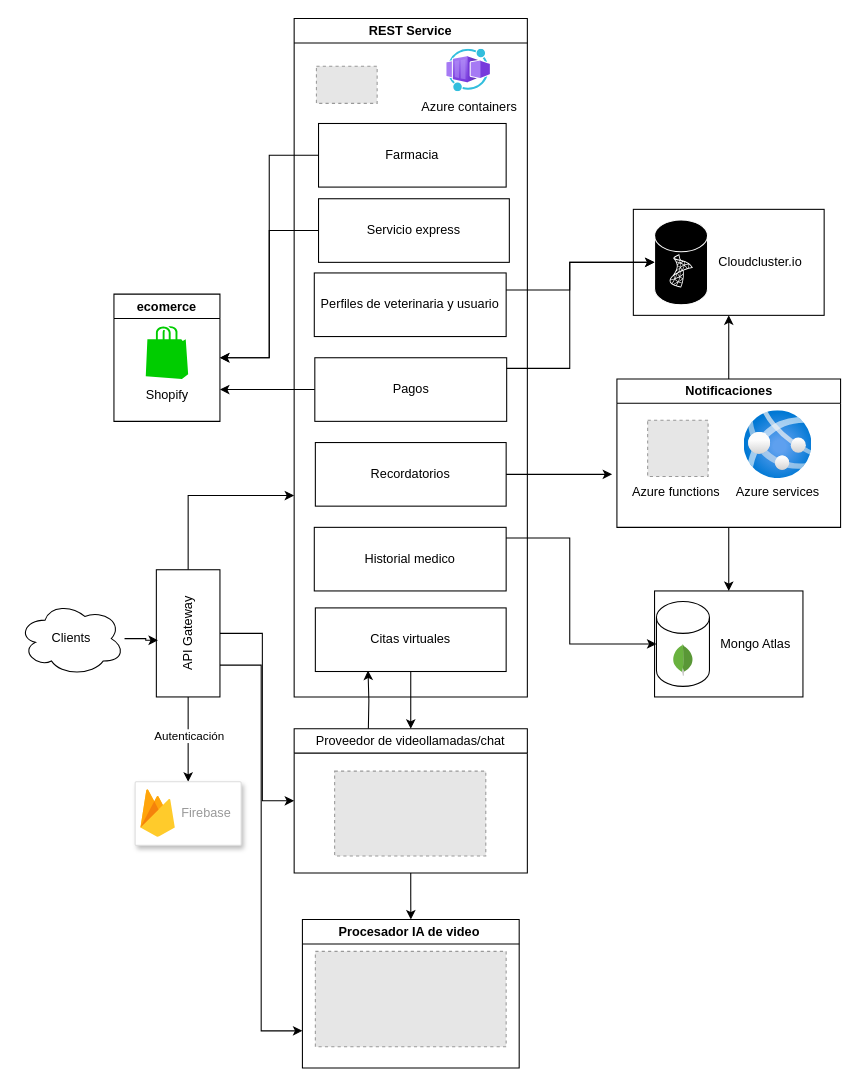
Earlier version of the draw.io diagram diseño de arquitectura.drawio (Josue-Echeverria/ProyectoDiseno). Source tidied: cells renumbered, new cells numbered last; positions are measured from the earlier drawing's top-left corner, leaving out a move shared by most shapes. Both pictures are drawn from the tidied source at 106%, with x=0, y=0 at pixel (18, 18). Pictures stored in the file or linked from it are replaced by grey dashed boxes.
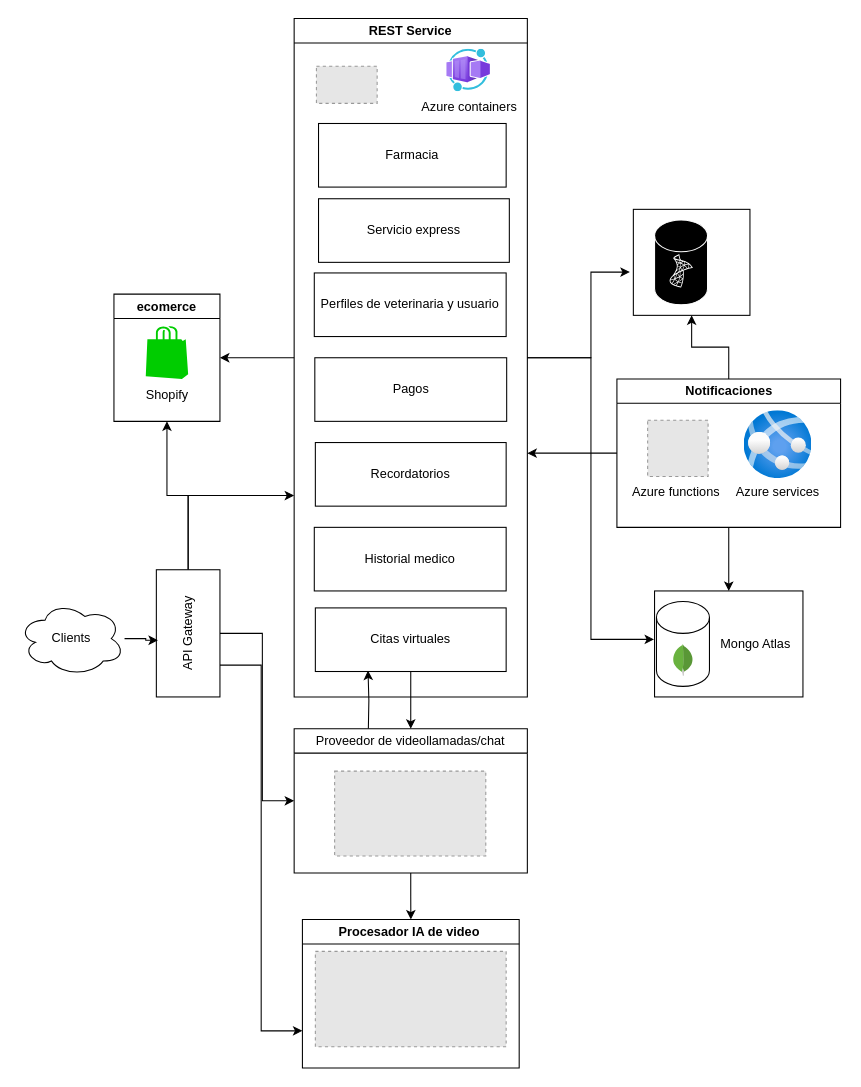
Above is the later version.

The change refers to these unchanged cells:
```xml
<mxCell id="8" value="API Gateway" style="rounded=0;whiteSpace=wrap;html=1;rotation=-90;" parent="1" vertex="1">
  <mxGeometry x="100" y="550" width="120" height="60" as="geometry" />
</mxCell>
<mxCell id="13" value="REST Service" style="swimlane;whiteSpace=wrap;html=1;" parent="1" vertex="1">
  <mxGeometry x="260" width="220" height="640" as="geometry" />
</mxCell>
<mxCell id="16" value="Historial medico" style="rounded=0;whiteSpace=wrap;html=1;" parent="13" vertex="1">
  <mxGeometry x="19" y="480" width="181" height="60" as="geometry" />
</mxCell>
<mxCell id="20" value="Recordatorios" style="rounded=0;whiteSpace=wrap;html=1;" parent="13" vertex="1">
  <mxGeometry x="20" y="400" width="180" height="60" as="geometry" />
</mxCell>
<mxCell id="22" value="Pagos" style="rounded=0;whiteSpace=wrap;html=1;" parent="13" vertex="1">
  <mxGeometry x="19.5" y="320" width="181" height="60" as="geometry" />
</mxCell>
<mxCell id="23" value="Perfiles de veterinaria y usuario" style="rounded=0;whiteSpace=wrap;html=1;" parent="13" vertex="1">
  <mxGeometry x="19" y="240" width="181" height="60" as="geometry" />
</mxCell>
<mxCell id="24" value="Servicio express" style="rounded=0;whiteSpace=wrap;html=1;" parent="13" vertex="1">
  <mxGeometry x="23" y="170" width="180" height="60" as="geometry" />
</mxCell>
<mxCell id="25" value="Farmacia" style="rounded=0;whiteSpace=wrap;html=1;" parent="13" vertex="1">
  <mxGeometry x="23" y="99" width="177" height="60" as="geometry" />
</mxCell>
<mxCell id="27" value="ecomerce" style="swimlane;whiteSpace=wrap;html=1;startSize=23;" parent="1" vertex="1">
  <mxGeometry x="90" y="260" width="100" height="120" as="geometry" />
</mxCell>
<mxCell id="36" value="Notificaciones" style="swimlane;whiteSpace=wrap;html=1;" parent="1" vertex="1">
  <mxGeometry x="564.5" y="340" width="211" height="140" as="geometry" />
</mxCell>
<mxCell id="44" style="rounded=0;whiteSpace=wrap;html=1;" parent="43" vertex="1">
  <mxGeometry width="140" height="100" as="geometry" />
</mxCell>
<mxCell id="46" style="shape=cylinder3;whiteSpace=wrap;html=1;boundedLbl=1;backgroundOutline=1;size=15;" parent="45" vertex="1">
  <mxGeometry width="50" height="80" as="geometry" />
</mxCell>
<mxCell id="50" style="group;" parent="1" vertex="1">
  <mxGeometry x="670" y="180" width="107" height="151" as="geometry" />
</mxCell>
<mxCell id="56" style="shape=cylinder3;whiteSpace=wrap;html=1;boundedLbl=1;backgroundOutline=1;size=15;fillColor=#000000;gradientColor=none;strokeColor=#FFFFFF;" parent="55" vertex="1">
  <mxGeometry width="50" height="80" as="geometry" />
</mxCell>
```

The edit, as a diff of the source:
```diff
@@
-    <mxCell id="3" style="edgeStyle=orthogonalEdgeStyle;rounded=0;jettySize=auto;html=1;entryX=0.5;entryY=0;entryDx=0;entryDy=0;" parent="1" edge="1" source="8" target="32">
-      <mxGeometry relative="1" as="geometry" />
-    </mxCell>
-    <mxCell id="4" value="Autenticación" style="edgeLabel;html=1;align=center;verticalAlign=middle;" parent="3" vertex="1">
-      <mxGeometry x="-0.11" relative="1" as="geometry" />
-    </mxCell>
@@
+    <mxCell id="61" style="edgeStyle=orthogonalEdgeStyle;rounded=0;jettySize=auto;html=1;entryX=0.5;entryY=1;entryDx=0;entryDy=0;" parent="1" edge="1" source="8" target="27">
+      <mxGeometry relative="1" as="geometry" />
+    </mxCell>
@@
+    <mxCell id="62" style="edgeStyle=orthogonalEdgeStyle;rounded=0;jettySize=auto;html=1;entryX=1;entryY=0.5;entryDx=0;entryDy=0;" parent="1" edge="1" source="13" target="27">
+      <mxGeometry relative="1" as="geometry" />
+    </mxCell>
@@
-    <mxCell id="21" style="edgeStyle=orthogonalEdgeStyle;rounded=0;jettySize=auto;html=1;" parent="13" edge="1" source="22">
-      <mxGeometry relative="1" as="geometry">
-        <mxPoint x="-70" y="350" as="targetPoint" />
-        <Array as="points">
-          <mxPoint x="-70" y="350" />
-        </Array>
-      </mxGeometry>
-    </mxCell>
@@
-    <mxCell id="32" style="strokeColor=#dddddd;shadow=1;strokeWidth=1;rounded=1;absoluteArcSize=1;arcSize=2;" parent="1" vertex="1">
-      <mxGeometry x="110" y="720" width="100" height="60" as="geometry" />
-    </mxCell>
-    <mxCell id="33" value="Firebase" style="sketch=0;dashed=0;html=1;fillColor=#5184F3;strokeColor=none;shape=mxgraph.gcp2.firebase;labelPosition=right;verticalLabelPosition=middle;align=left;verticalAlign=middle;spacingLeft=5;fontColor=#999999;fontSize=12;" parent="32" vertex="1">
-      <mxGeometry width="32.4" height="45" relative="1" as="geometry">
-        <mxPoint x="5" y="7" as="offset" />
-      </mxGeometry>
-    </mxCell>
@@
+    <mxCell id="63" style="edgeStyle=orthogonalEdgeStyle;rounded=0;jettySize=auto;html=1;" parent="1" edge="1" source="36">
+      <mxGeometry relative="1" as="geometry">
+        <mxPoint x="480" y="410" as="targetPoint" />
+      </mxGeometry>
+    </mxCell>
@@
-    <mxCell id="49" style="edgeStyle=orthogonalEdgeStyle;rounded=0;jettySize=auto;html=1;" parent="1" edge="1" source="20">
-      <mxGeometry relative="1" as="geometry">
-        <mxPoint x="560" y="430" as="targetPoint" />
-        <Array as="points">
-          <mxPoint x="560" y="430" />
-        </Array>
-      </mxGeometry>
-    </mxCell>
@@
     <mxCell id="51" style="rounded=0;whiteSpace=wrap;html=1;" parent="50" vertex="1">
-      <mxGeometry x="-90" width="180" height="100" as="geometry" />
+      <mxGeometry x="-90" width="110" height="100" as="geometry" />
     </mxCell>
-    <mxCell id="52" value="Cloudcluster.io" style="text;html=1;align=center;verticalAlign=middle;whiteSpace=wrap;rounded=0;" parent="50" vertex="1">
-      <mxGeometry y="35" width="60" height="30" as="geometry" />
-    </mxCell>
-    <mxCell id="53" style="edgeStyle=orthogonalEdgeStyle;rounded=0;jettySize=auto;html=1;entryX=0;entryY=0.5;entryDx=0;entryDy=0;entryPerimeter=0;" parent="1" edge="1" source="16" target="46">
-      <mxGeometry relative="1" as="geometry">
-        <Array as="points">
-          <mxPoint x="520" y="490" />
-          <mxPoint x="520" y="590" />
-        </Array>
-      </mxGeometry>
-    </mxCell>
-    <mxCell id="54" style="edgeStyle=orthogonalEdgeStyle;rounded=0;jettySize=auto;html=1;entryX=0;entryY=0.5;entryDx=0;entryDy=0;entryPerimeter=0;" parent="1" edge="1" source="22" target="56">
-      <mxGeometry relative="1" as="geometry">
-        <Array as="points">
-          <mxPoint x="520" y="330" />
-          <mxPoint x="520" y="230" />
-        </Array>
-      </mxGeometry>
-    </mxCell>
@@
-    <mxCell id="58" style="edgeStyle=orthogonalEdgeStyle;rounded=0;jettySize=auto;html=1;entryX=0;entryY=0.5;entryDx=0;entryDy=0;entryPerimeter=0;" parent="1" edge="1" source="23" target="56">
-      <mxGeometry relative="1" as="geometry">
-        <Array as="points">
-          <mxPoint x="520" y="256" />
-          <mxPoint x="520" y="230" />
-        </Array>
-      </mxGeometry>
-    </mxCell>
-    <mxCell id="59" style="edgeStyle=orthogonalEdgeStyle;rounded=0;jettySize=auto;html=1;entryX=1;entryY=0.5;entryDx=0;entryDy=0;" parent="1" edge="1" source="25" target="27">
-      <mxGeometry relative="1" as="geometry" />
-    </mxCell>
-    <mxCell id="60" style="edgeStyle=orthogonalEdgeStyle;rounded=0;jettySize=auto;html=1;entryX=1;entryY=0.5;entryDx=0;entryDy=0;" parent="1" edge="1" source="24" target="27">
-      <mxGeometry relative="1" as="geometry" />
-    </mxCell>
+    <mxCell id="64" style="edgeStyle=orthogonalEdgeStyle;rounded=0;jettySize=auto;html=1;entryX=-0.03;entryY=0.592;entryDx=0;entryDy=0;entryPerimeter=0;" parent="1" edge="1" source="13" target="51">
+      <mxGeometry relative="1" as="geometry">
+        <Array as="points">
+          <mxPoint x="540" y="320" />
+          <mxPoint x="540" y="239" />
+        </Array>
+      </mxGeometry>
+    </mxCell>
+    <mxCell id="65" style="edgeStyle=orthogonalEdgeStyle;rounded=0;jettySize=auto;html=1;entryX=-0.003;entryY=0.457;entryDx=0;entryDy=0;entryPerimeter=0;" parent="1" edge="1" source="13" target="44">
+      <mxGeometry relative="1" as="geometry" />
+    </mxCell>
```
